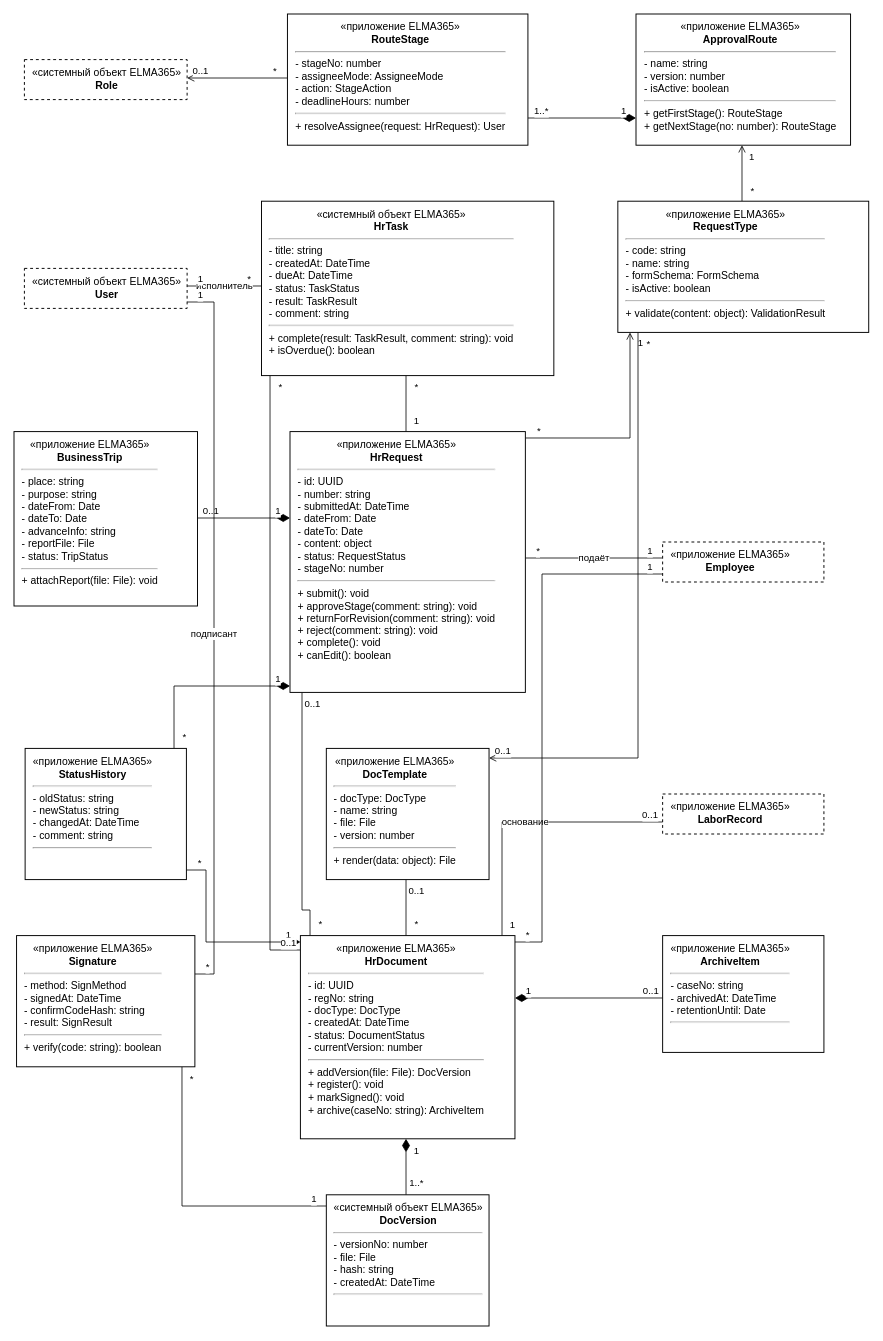
This is docs/диаграммы/drawio/3.2_Классы-сущности_Заявления_и_документы.drawio from akkixx04/doc_management, a draw.io file, before an edit. Source tidied: cells renumbered, new cells numbered last; positions are measured from the earlier drawing's top-left corner, leaving out a move shared by most shapes. Both pictures are drawn from the tidied source at 80%, with x=0, y=0 at pixel (14, 14).
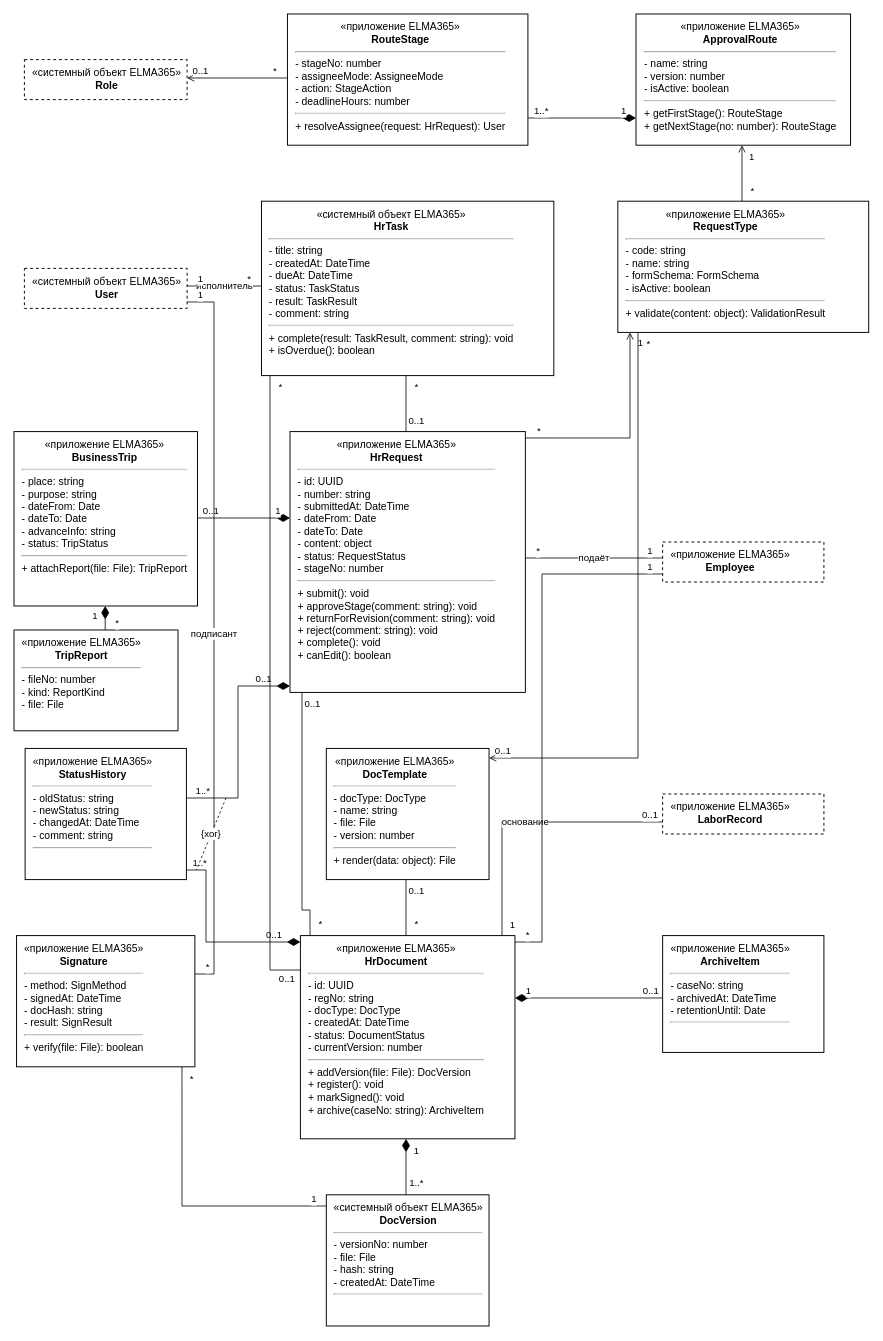
Above is the later version.

The change refers to these unchanged cells:
```xml
<mxCell id="4" style="edgeStyle=none;html=1;rounded=0;endArrow=block;endFill=1;endSize=7;strokeColor=#000000;strokeWidth=1;fontColor=#000000;fontFamily=Helvetica;endArrow=none;startArrow=none;fontSize=12;labelBackgroundColor=#ffffff;exitX=0.4929;exitY=0.0000;exitDx=0;exitDy=0;exitPerimeter=0;entryX=0.4943;entryY=1.0000;entryDx=0;entryDy=0;entryPerimeter=0;" parent="1" edge="1" source="29" target="26">
  <mxGeometry relative="1" as="geometry" />
</mxCell>
<mxCell id="11" style="edgeStyle=none;html=1;rounded=0;endArrow=block;endFill=1;endSize=7;strokeColor=#000000;strokeWidth=1;fontColor=#000000;fontFamily=Helvetica;startArrow=diamondThin;startFill=1;startSize=14;endArrow=none;fontSize=12;labelBackgroundColor=#ffffff;exitX=0.0000;exitY=0.0315;exitDx=0;exitDy=0;exitPerimeter=0;entryX=1.0000;entryY=0.9268;entryDx=0;entryDy=0;entryPerimeter=0;" parent="1" edge="1" source="35" target="31">
  <mxGeometry relative="1" as="geometry">
    <Array as="points">
      <mxPoint x="240" y="1160" />
      <mxPoint x="240" y="1070" />
    </Array>
  </mxGeometry>
</mxCell>
<mxCell id="26" value="&lt;div style=&quot;text-align:center&quot;&gt;«системный объект ELMA365»&lt;/div&gt;&lt;div style=&quot;text-align:center&quot;&gt;&lt;b&gt;HrTask&lt;/b&gt;&lt;/div&gt;&lt;hr&gt;- title: string&lt;br&gt;- createdAt: DateTime&lt;br&gt;- dueAt: DateTime&lt;br&gt;- status: TaskStatus&lt;br&gt;- result: TaskResult&lt;br&gt;- comment: string&lt;hr&gt;+ complete(result: TaskResult, comment: string): void&lt;br&gt;+ isOverdue(): boolean" style="html=1;whiteSpace=wrap;align=left;verticalAlign=top;spacingLeft=8;spacingRight=6;spacingTop=2;fontSize=13;strokeColor=#000000;strokeWidth=1.2;fillColor=#ffffff;fontColor=#000000;fontFamily=Helvetica;rounded=0;" parent="1" vertex="1">
  <mxGeometry x="309.4" y="234" width="365.4" height="218" as="geometry" />
</mxCell>
<mxCell id="29" value="&lt;div style=&quot;text-align:center&quot;&gt;«приложение ELMA365»&lt;/div&gt;&lt;div style=&quot;text-align:center&quot;&gt;&lt;b&gt;HrRequest&lt;/b&gt;&lt;/div&gt;&lt;hr&gt;- id: UUID&lt;br&gt;- number: string&lt;br&gt;- submittedAt: DateTime&lt;br&gt;- dateFrom: Date&lt;br&gt;- dateTo: Date&lt;br&gt;- content: object&lt;br&gt;- status: RequestStatus&lt;br&gt;- stageNo: number&lt;hr&gt;+ submit(): void&lt;br&gt;+ approveStage(comment: string): void&lt;br&gt;+ returnForRevision(comment: string): void&lt;br&gt;+ reject(comment: string): void&lt;br&gt;+ complete(): void&lt;br&gt;+ canEdit(): boolean" style="html=1;whiteSpace=wrap;align=left;verticalAlign=top;spacingLeft=8;spacingRight=6;spacingTop=2;fontSize=13;strokeColor=#000000;strokeWidth=1.2;fillColor=#ffffff;fontColor=#000000;fontFamily=Helvetica;rounded=0;" parent="1" vertex="1">
  <mxGeometry x="345" y="522" width="294.2" height="326" as="geometry" />
</mxCell>
<mxCell id="31" value="&lt;div style=&quot;text-align:center&quot;&gt;«приложение ELMA365»&lt;/div&gt;&lt;div style=&quot;text-align:center&quot;&gt;&lt;b&gt;StatusHistory&lt;/b&gt;&lt;/div&gt;&lt;hr&gt;- oldStatus: string&lt;br&gt;- newStatus: string&lt;br&gt;- changedAt: DateTime&lt;br&gt;- comment: string&lt;hr&gt;&amp;nbsp;" style="html=1;whiteSpace=wrap;align=left;verticalAlign=top;spacingLeft=8;spacingRight=6;spacingTop=2;fontSize=13;strokeColor=#000000;strokeWidth=1.2;fillColor=#ffffff;fontColor=#000000;fontFamily=Helvetica;rounded=0;" parent="1" vertex="1">
  <mxGeometry x="13.9" y="918" width="201.6" height="164" as="geometry" />
</mxCell>
<mxCell id="35" value="&lt;div style=&quot;text-align:center&quot;&gt;«приложение ELMA365»&lt;/div&gt;&lt;div style=&quot;text-align:center&quot;&gt;&lt;b&gt;HrDocument&lt;/b&gt;&lt;/div&gt;&lt;hr&gt;- id: UUID&lt;br&gt;- regNo: string&lt;br&gt;- docType: DocType&lt;br&gt;- createdAt: DateTime&lt;br&gt;- status: DocumentStatus&lt;br&gt;- currentVersion: number&lt;hr&gt;+ addVersion(file: File): DocVersion&lt;br&gt;+ register(): void&lt;br&gt;+ markSigned(): void&lt;br&gt;+ archive(caseNo: string): ArchiveItem" style="html=1;whiteSpace=wrap;align=left;verticalAlign=top;spacingLeft=8;spacingRight=6;spacingTop=2;fontSize=13;strokeColor=#000000;strokeWidth=1.2;fillColor=#ffffff;fontColor=#000000;fontFamily=Helvetica;rounded=0;" parent="1" vertex="1">
  <mxGeometry x="358" y="1152" width="268.2" height="254" as="geometry" />
</mxCell>
```

Diff of the diagram source:
```diff
@@
-    <mxCell id="17" style="edgeStyle=none;html=1;rounded=0;endArrow=block;endFill=1;endSize=7;strokeColor=#000000;strokeWidth=1;fontColor=#000000;fontFamily=Helvetica;startArrow=diamondThin;startFill=1;startSize=14;endArrow=none;fontSize=12;labelBackgroundColor=#ffffff;exitX=0.0000;exitY=0.9755;exitDx=0;exitDy=0;exitPerimeter=0;entryX=0.9232;entryY=0.0000;entryDx=0;entryDy=0;entryPerimeter=0;" parent="1" edge="1" source="29" target="31">
+    <mxCell id="17" style="edgeStyle=none;html=1;rounded=0;endArrow=block;endFill=1;endSize=7;strokeColor=#000000;strokeWidth=1;fontColor=#000000;fontFamily=Helvetica;startArrow=diamondThin;startFill=1;startSize=14;endArrow=none;fontSize=12;labelBackgroundColor=#ffffff;exitX=0.0000;exitY=0.9755;exitDx=0;exitDy=0;exitPerimeter=0;entryX=1.0000;entryY=0.3780;entryDx=0;entryDy=0;entryPerimeter=0;" parent="1" edge="1" source="29" target="31">
       <mxGeometry relative="1" as="geometry">
         <Array as="points">
-          <mxPoint x="200" y="840" />
+          <mxPoint x="280" y="840" />
+          <mxPoint x="280" y="980" />
         </Array>
       </mxGeometry>
     </mxCell>
@@
-    <mxCell id="20" style="edgeStyle=none;html=1;rounded=0;endArrow=block;endFill=1;endSize=7;strokeColor=#000000;strokeWidth=1;fontColor=#000000;fontFamily=Helvetica;endArrow=none;startArrow=none;fontSize=12;labelBackgroundColor=#ffffff;exitX=0.0000;exitY=0.0709;exitDx=0;exitDy=0;exitPerimeter=0;entryX=0.0291;entryY=1.0000;entryDx=0;entryDy=0;entryPerimeter=0;" parent="1" edge="1" source="35" target="26">
+    <mxCell id="20" style="edgeStyle=none;html=1;rounded=0;endArrow=block;endFill=1;endSize=7;strokeColor=#000000;strokeWidth=1;fontColor=#000000;fontFamily=Helvetica;endArrow=none;startArrow=none;fontSize=12;labelBackgroundColor=#ffffff;exitX=0.0000;exitY=0.1693;exitDx=0;exitDy=0;exitPerimeter=0;entryX=0.0291;entryY=1.0000;entryDx=0;entryDy=0;entryPerimeter=0;" parent="1" edge="1" source="35" target="26">
       <mxGeometry relative="1" as="geometry">
         <Array as="points">
-          <mxPoint x="320" y="1170" />
+          <mxPoint x="320" y="1195" />
         </Array>
       </mxGeometry>
     </mxCell>
@@
-    <mxCell id="28" value="&lt;div style=&quot;text-align:center&quot;&gt;«приложение ELMA365»&lt;/div&gt;&lt;div style=&quot;text-align:center&quot;&gt;&lt;b&gt;BusinessTrip&lt;/b&gt;&lt;/div&gt;&lt;hr&gt;- place: string&lt;br&gt;- purpose: string&lt;br&gt;- dateFrom: Date&lt;br&gt;- dateTo: Date&lt;br&gt;- advanceInfo: string&lt;br&gt;- reportFile: File&lt;br&gt;- status: TripStatus&lt;hr&gt;+ attachReport(file: File): void" style="html=1;whiteSpace=wrap;align=left;verticalAlign=top;spacingLeft=8;spacingRight=6;spacingTop=2;fontSize=13;strokeColor=#000000;strokeWidth=1.2;fillColor=#ffffff;fontColor=#000000;fontFamily=Helvetica;rounded=0;" parent="1" vertex="1">
+    <mxCell id="28" value="&lt;div style=&quot;text-align:center&quot;&gt;«приложение ELMA365»&lt;/div&gt;&lt;div style=&quot;text-align:center&quot;&gt;&lt;b&gt;BusinessTrip&lt;/b&gt;&lt;/div&gt;&lt;hr&gt;- place: string&lt;br&gt;- purpose: string&lt;br&gt;- dateFrom: Date&lt;br&gt;- dateTo: Date&lt;br&gt;- advanceInfo: string&lt;br&gt;- status: TripStatus&lt;hr&gt;+ attachReport(file: File): TripReport" style="html=1;whiteSpace=wrap;align=left;verticalAlign=top;spacingLeft=8;spacingRight=6;spacingTop=2;fontSize=13;strokeColor=#000000;strokeWidth=1.2;fillColor=#ffffff;fontColor=#000000;fontFamily=Helvetica;rounded=0;" parent="1" vertex="1">
       <mxGeometry y="522" width="229.4" height="218" as="geometry" />
     </mxCell>
@@
-    <mxCell id="34" value="&lt;div style=&quot;text-align:center&quot;&gt;«приложение ELMA365»&lt;/div&gt;&lt;div style=&quot;text-align:center&quot;&gt;&lt;b&gt;Signature&lt;/b&gt;&lt;/div&gt;&lt;hr&gt;- method: SignMethod&lt;br&gt;- signedAt: DateTime&lt;br&gt;- confirmCodeHash: string&lt;br&gt;- result: SignResult&lt;hr&gt;+ verify(code: string): boolean" style="html=1;whiteSpace=wrap;align=left;verticalAlign=top;spacingLeft=8;spacingRight=6;spacingTop=2;fontSize=13;strokeColor=#000000;strokeWidth=1.2;fillColor=#ffffff;fontColor=#000000;fontFamily=Helvetica;rounded=0;" parent="1" vertex="1">
+    <mxCell id="34" value="&lt;div style=&quot;text-align:center&quot;&gt;«приложение ELMA365»&lt;/div&gt;&lt;div style=&quot;text-align:center&quot;&gt;&lt;b&gt;Signature&lt;/b&gt;&lt;/div&gt;&lt;hr&gt;- method: SignMethod&lt;br&gt;- signedAt: DateTime&lt;br&gt;- docHash: string&lt;br&gt;- result: SignResult&lt;hr&gt;+ verify(file: File): boolean" style="html=1;whiteSpace=wrap;align=left;verticalAlign=top;spacingLeft=8;spacingRight=6;spacingTop=2;fontSize=13;strokeColor=#000000;strokeWidth=1.2;fillColor=#ffffff;fontColor=#000000;fontFamily=Helvetica;rounded=0;" parent="1" vertex="1">
       <mxGeometry x="3.2" y="1152" width="222.9" height="164" as="geometry" />
     </mxCell>
@@
-    <mxCell id="42" value="1" style="edgeLabel;html=1;align=center;verticalAlign=middle;fontSize=12;fontStyle=0;labelBackgroundColor=#ffffff;fontColor=#000000;fontFamily=Helvetica;" parent="4" vertex="1">
+    <mxCell id="42" value="0..1" style="edgeLabel;html=1;align=center;verticalAlign=middle;fontSize=12;fontStyle=0;labelBackgroundColor=#ffffff;fontColor=#000000;fontFamily=Helvetica;" parent="4" vertex="1">
       <mxGeometry x="-1" relative="1" as="geometry">
         <mxPoint x="12" y="-14" as="offset" />
       </mxGeometry>
     </mxCell>
@@
-    <mxCell id="56" value="1" style="edgeLabel;html=1;align=center;verticalAlign=middle;fontSize=12;fontStyle=0;labelBackgroundColor=#ffffff;fontColor=#000000;fontFamily=Helvetica;" parent="11" vertex="1">
+    <mxCell id="56" value="0..1" style="edgeLabel;html=1;align=center;verticalAlign=middle;fontSize=12;fontStyle=0;labelBackgroundColor=#ffffff;fontColor=#000000;fontFamily=Helvetica;" parent="11" vertex="1">
       <mxGeometry x="-1" relative="1" as="geometry">
-        <mxPoint x="-16" y="-9" as="offset" />
+        <mxPoint x="-34" y="-10" as="offset" />
       </mxGeometry>
     </mxCell>
-    <mxCell id="57" value="*" style="edgeLabel;html=1;align=center;verticalAlign=middle;fontSize=12;fontStyle=0;labelBackgroundColor=#ffffff;fontColor=#000000;fontFamily=Helvetica;" parent="11" vertex="1">
+    <mxCell id="57" value="1..*" style="edgeLabel;html=1;align=center;verticalAlign=middle;fontSize=12;fontStyle=0;labelBackgroundColor=#ffffff;fontColor=#000000;fontFamily=Helvetica;" parent="11" vertex="1">
       <mxGeometry x="1" relative="1" as="geometry">
         <mxPoint x="16" y="-9" as="offset" />
       </mxGeometry>
     </mxCell>
@@
-    <mxCell id="68" value="1" style="edgeLabel;html=1;align=center;verticalAlign=middle;fontSize=12;fontStyle=0;labelBackgroundColor=#ffffff;fontColor=#000000;fontFamily=Helvetica;" parent="17" vertex="1">
+    <mxCell id="68" value="0..1" style="edgeLabel;html=1;align=center;verticalAlign=middle;fontSize=12;fontStyle=0;labelBackgroundColor=#ffffff;fontColor=#000000;fontFamily=Helvetica;" parent="17" vertex="1">
       <mxGeometry x="-1" relative="1" as="geometry">
-        <mxPoint x="-16" y="-9" as="offset" />
+        <mxPoint x="-34" y="-10" as="offset" />
       </mxGeometry>
     </mxCell>
-    <mxCell id="69" value="*" style="edgeLabel;html=1;align=center;verticalAlign=middle;fontSize=12;fontStyle=0;labelBackgroundColor=#ffffff;fontColor=#000000;fontFamily=Helvetica;" parent="17" vertex="1">
+    <mxCell id="69" value="1..*" style="edgeLabel;html=1;align=center;verticalAlign=middle;fontSize=12;fontStyle=0;labelBackgroundColor=#ffffff;fontColor=#000000;fontFamily=Helvetica;" parent="17" vertex="1">
       <mxGeometry x="1" relative="1" as="geometry">
-        <mxPoint x="12" y="-14" as="offset" />
+        <mxPoint x="20" y="-9" as="offset" />
       </mxGeometry>
     </mxCell>
@@
     <mxCell id="74" value="0..1" style="edgeLabel;html=1;align=center;verticalAlign=middle;fontSize=12;fontStyle=0;labelBackgroundColor=#ffffff;fontColor=#000000;fontFamily=Helvetica;" parent="20" vertex="1">
       <mxGeometry x="-1" relative="1" as="geometry">
-        <mxPoint x="-16" y="-9" as="offset" />
+        <mxPoint x="-18" y="10" as="offset" />
       </mxGeometry>
     </mxCell>
@@
+    <mxCell id="78" value="&lt;div style=&quot;text-align:center&quot;&gt;«приложение ELMA365»&lt;/div&gt;&lt;div style=&quot;text-align:center&quot;&gt;&lt;b&gt;TripReport&lt;/b&gt;&lt;/div&gt;&lt;hr&gt;- fileNo: number&lt;br&gt;- kind: ReportKind&lt;br&gt;- file: File" style="html=1;whiteSpace=wrap;align=left;verticalAlign=top;spacingLeft=8;spacingRight=6;spacingTop=2;fontSize=13;strokeColor=#000000;strokeWidth=1.2;fillColor=#ffffff;fontColor=#000000;fontFamily=Helvetica;rounded=0;" parent="1" vertex="1">
+      <mxGeometry y="770" width="205" height="126" as="geometry" />
+    </mxCell>
+    <mxCell id="79" style="edgeStyle=none;html=1;rounded=0;strokeColor=#000000;strokeWidth=1;fontColor=#000000;fontFamily=Helvetica;fontSize=12;labelBackgroundColor=#ffffff;startArrow=diamondThin;startFill=1;startSize=14;endArrow=none;exitX=0.4970;exitY=1.0000;exitDx=0;exitDy=0;exitPerimeter=0;entryX=0.5561;entryY=0.0000;entryDx=0;entryDy=0;entryPerimeter=0;" parent="1" edge="1" source="28" target="78">
+      <mxGeometry relative="1" as="geometry" />
+    </mxCell>
+    <mxCell id="80" value="1" style="edgeLabel;html=1;align=center;verticalAlign=middle;fontSize=12;fontStyle=0;labelBackgroundColor=#ffffff;fontColor=#000000;fontFamily=Helvetica;" parent="79" vertex="1">
+      <mxGeometry x="-1" relative="1" as="geometry">
+        <mxPoint x="-14" y="12" as="offset" />
+      </mxGeometry>
+    </mxCell>
+    <mxCell id="81" value="*" style="edgeLabel;html=1;align=center;verticalAlign=middle;fontSize=12;fontStyle=0;labelBackgroundColor=#ffffff;fontColor=#000000;fontFamily=Helvetica;" parent="79" vertex="1">
+      <mxGeometry x="1" relative="1" as="geometry">
+        <mxPoint x="14" y="-8" as="offset" />
+      </mxGeometry>
+    </mxCell>
+    <mxCell id="82" value="{xor}" style="edgeStyle=none;html=1;rounded=0;strokeColor=#000000;strokeWidth=1;fontColor=#000000;fontFamily=Helvetica;fontSize=12;labelBackgroundColor=#ffffff;endArrow=none;startArrow=none;dashed=1;" parent="1" edge="1">
+      <mxGeometry relative="1" as="geometry">
+        <mxPoint x="265" y="980" as="sourcePoint" />
+        <mxPoint x="228" y="1070" as="targetPoint" />
+      </mxGeometry>
+    </mxCell>
```
